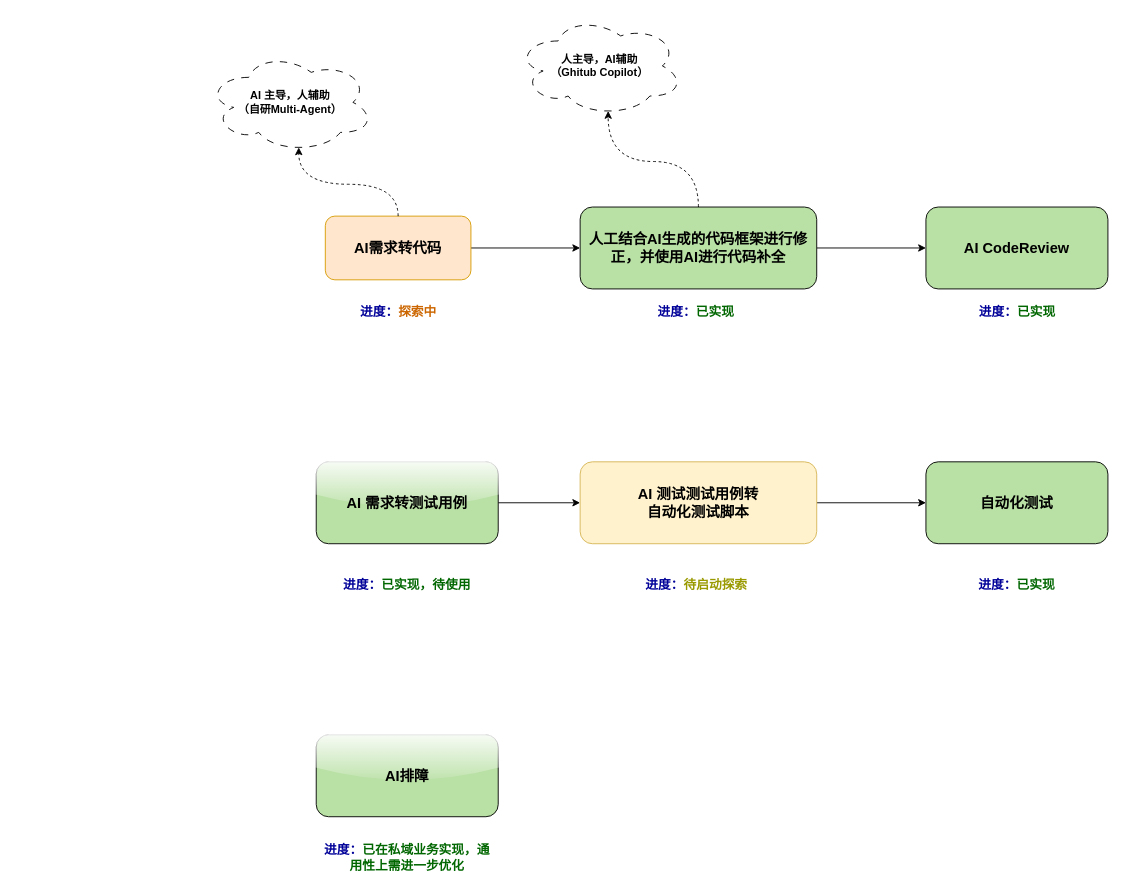
Above: 未来AIOps研发模式.drawio in skindhu/9GAG (draw.io), before the change. Source tidied: cells renumbered, new cells numbered last; positions are measured from the earlier drawing's top-left corner, leaving out a move shared by most shapes. Both pictures are drawn from the tidied source at 91%, with x=0, y=0 at pixel (207, 15).
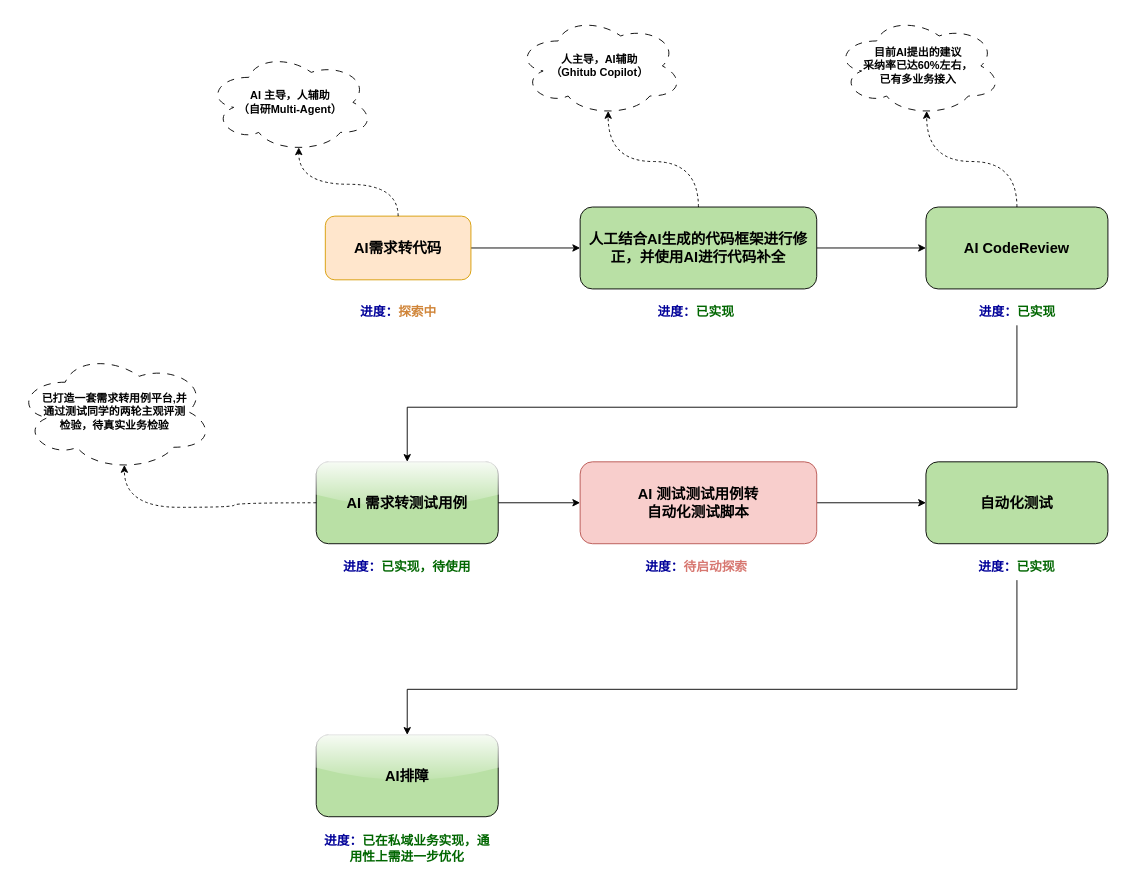
The same diagram, later.

Commit message (it also covers changes not shown here):
更新未来AIOps研发模式.drawio

Unchanged cells that the change refers to:
```xml
<mxCell id="12" value="AI CodeReview" style="rounded=1;whiteSpace=wrap;html=1;fillColor=#B9E0A5;fontSize=16;fontStyle=1;" parent="1" vertex="1">
  <mxGeometry x="790" y="210" width="200" height="90" as="geometry" />
</mxCell>
<mxCell id="13" value="&lt;span style=&quot;font-size: 14px;&quot;&gt;&lt;font style=&quot;font-size: 14px;&quot; color=&quot;#000099&quot;&gt;进度：&lt;/font&gt;&lt;font style=&quot;font-size: 14px;&quot; color=&quot;#006600&quot;&gt;已实现&lt;/font&gt;&lt;/span&gt;" style="text;html=1;align=center;verticalAlign=middle;whiteSpace=wrap;rounded=0;fontStyle=1;fontSize=14;" parent="1" vertex="1">
  <mxGeometry x="836.5" y="310" width="107" height="30" as="geometry" />
</mxCell>
<mxCell id="15" value="AI 需求转测试用例" style="rounded=1;whiteSpace=wrap;html=1;fillColor=#B9E0A5;fontSize=16;fontStyle=1;shadow=0;glass=1;" parent="1" vertex="1">
  <mxGeometry x="120" y="490" width="200" height="90" as="geometry" />
</mxCell>
<mxCell id="22" value="AI排障" style="rounded=1;whiteSpace=wrap;html=1;fillColor=#B9E0A5;fontSize=16;fontStyle=1;glass=1;" parent="1" vertex="1">
  <mxGeometry x="120" y="790" width="200" height="90" as="geometry" />
</mxCell>
```

Change to the diagram source:
```diff
@@
-    <mxCell id="10" value="&lt;b style=&quot;font-size: 14px;&quot;&gt;&lt;font style=&quot;font-size: 14px;&quot; color=&quot;#000099&quot;&gt;进度：&lt;/font&gt;&lt;font style=&quot;font-size: 14px;&quot; color=&quot;#cc6600&quot;&gt;探索中&lt;/font&gt;&lt;/b&gt;" style="text;html=1;align=center;verticalAlign=middle;whiteSpace=wrap;rounded=0;fontSize=14;" parent="1" vertex="1">
+    <mxCell id="10" value="&lt;b style=&quot;font-size: 14px;&quot;&gt;&lt;font style=&quot;font-size: 14px;&quot; color=&quot;#000099&quot;&gt;进度：&lt;/font&gt;&lt;font color=&quot;#d08539&quot; style=&quot;font-size: 14px;&quot;&gt;探索中&lt;/font&gt;&lt;/b&gt;" style="text;html=1;align=center;verticalAlign=middle;whiteSpace=wrap;rounded=0;fontSize=14;" parent="1" vertex="1">
       <mxGeometry x="156.5" y="310" width="107" height="30" as="geometry" />
     </mxCell>
@@
+    <mxCell id="24" style="edgeStyle=orthogonalEdgeStyle;rounded=0;jettySize=auto;html=1;entryX=0.5;entryY=0;entryDx=0;entryDy=0;" parent="1" edge="1" source="13" target="15">
+      <mxGeometry relative="1" as="geometry">
+        <Array as="points">
+          <mxPoint x="890" y="430" />
+          <mxPoint x="220" y="430" />
+        </Array>
+      </mxGeometry>
+    </mxCell>
@@
     <mxCell id="16" value="&lt;span style=&quot;font-size: 14px;&quot;&gt;&lt;font style=&quot;font-size: 14px;&quot; color=&quot;#000099&quot;&gt;进度：&lt;/font&gt;&lt;font style=&quot;font-size: 14px;&quot; color=&quot;#006600&quot;&gt;已实现，待使用&lt;/font&gt;&lt;/span&gt;" style="text;html=1;align=center;verticalAlign=middle;whiteSpace=wrap;rounded=0;fontStyle=1;fontSize=14;" parent="1" vertex="1">
-      <mxGeometry x="148.2" y="610" width="143.5" height="30" as="geometry" />
+      <mxGeometry x="148.2" y="590" width="143.5" height="30" as="geometry" />
     </mxCell>
@@
-    <mxCell id="18" value="AI 测试测试用例转&lt;br&gt;自动化测试脚本" style="rounded=1;whiteSpace=wrap;html=1;fillColor=#fff2cc;fontSize=16;fontStyle=1;strokeColor=#d6b656;" parent="1" vertex="1">
+    <mxCell id="18" value="AI 测试测试用例转&lt;br&gt;自动化测试脚本" style="rounded=1;whiteSpace=wrap;html=1;fillColor=#f8cecc;fontSize=16;fontStyle=1;strokeColor=#b85450;" parent="1" vertex="1">
       <mxGeometry x="410" y="490" width="260" height="90" as="geometry" />
     </mxCell>
-    <mxCell id="19" value="&lt;font style=&quot;font-size: 14px;&quot; color=&quot;#000099&quot;&gt;进度：&lt;/font&gt;&lt;font style=&quot;font-size: 14px;&quot; color=&quot;#999900&quot;&gt;待启动探索&lt;/font&gt;" style="text;html=1;align=center;verticalAlign=middle;whiteSpace=wrap;rounded=0;fontStyle=1;fontSize=14;" parent="1" vertex="1">
-      <mxGeometry x="475.8" y="610" width="123.5" height="30" as="geometry" />
+    <mxCell id="19" value="&lt;font style=&quot;font-size: 14px;&quot; color=&quot;#000099&quot;&gt;进度：&lt;/font&gt;&lt;font color=&quot;#d77770&quot; style=&quot;font-size: 14px;&quot;&gt;待启动探索&lt;/font&gt;" style="text;html=1;align=center;verticalAlign=middle;whiteSpace=wrap;rounded=0;fontStyle=1;fontSize=14;" parent="1" vertex="1">
+      <mxGeometry x="475.8" y="590" width="123.5" height="30" as="geometry" />
     </mxCell>
@@
+    <mxCell id="25" style="edgeStyle=orthogonalEdgeStyle;rounded=0;jettySize=auto;html=1;entryX=0.5;entryY=0;entryDx=0;entryDy=0;" parent="1" edge="1" source="21" target="22">
+      <mxGeometry relative="1" as="geometry">
+        <Array as="points">
+          <mxPoint x="890" y="740" />
+          <mxPoint x="220" y="740" />
+        </Array>
+      </mxGeometry>
+    </mxCell>
     <mxCell id="21" value="&lt;span style=&quot;font-size: 14px;&quot;&gt;&lt;font style=&quot;font-size: 14px;&quot; color=&quot;#000099&quot;&gt;进度：&lt;/font&gt;&lt;font style=&quot;font-size: 14px;&quot; color=&quot;#006600&quot;&gt;已实现&lt;/font&gt;&lt;/span&gt;" style="text;html=1;align=center;verticalAlign=middle;whiteSpace=wrap;rounded=0;fontStyle=1;fontSize=14;" parent="1" vertex="1">
-      <mxGeometry x="818.2" y="610" width="143.5" height="30" as="geometry" />
+      <mxGeometry x="818.2" y="590" width="143.5" height="30" as="geometry" />
     </mxCell>
@@
     <mxCell id="23" value="&lt;span style=&quot;font-size: 14px;&quot;&gt;&lt;font style=&quot;font-size: 14px;&quot; color=&quot;#000099&quot;&gt;进度：&lt;/font&gt;&lt;font style=&quot;font-size: 14px;&quot; color=&quot;#006600&quot;&gt;已在私域业务实现，通用性上需进一步优化&lt;/font&gt;&lt;/span&gt;" style="text;html=1;align=center;verticalAlign=middle;whiteSpace=wrap;rounded=0;fontStyle=1;fontSize=14;" parent="1" vertex="1">
-      <mxGeometry x="123.2" y="910" width="193.5" height="30" as="geometry" />
+      <mxGeometry x="123.2" y="900" width="193.5" height="30" as="geometry" />
     </mxCell>
+    <mxCell id="26" value="&lt;b&gt;目前AI提出的建议&lt;br&gt;采纳率已达60%左右，&lt;br&gt;已有多业务接入&lt;/b&gt;" style="ellipse;shape=cloud;whiteSpace=wrap;html=1;align=center;dashed=1;dashPattern=8 8;" parent="1" vertex="1">
+      <mxGeometry x="690" width="183.3" height="110" as="geometry" />
+    </mxCell>
+    <mxCell id="27" style="edgeStyle=orthogonalEdgeStyle;rounded=0;jettySize=auto;html=1;entryX=0.55;entryY=0.95;entryDx=0;entryDy=0;entryPerimeter=0;curved=1;dashed=1;" parent="1" edge="1" source="12" target="26">
+      <mxGeometry relative="1" as="geometry" />
+    </mxCell>
+    <mxCell id="28" value="&lt;b&gt;已打造一套需求转用例平台,并&lt;br&gt;通过测试同学的两轮主观评测&lt;br&gt;检验，待真实业务检验&lt;br&gt;&lt;/b&gt;" style="ellipse;shape=cloud;whiteSpace=wrap;html=1;align=center;dashed=1;dashPattern=8 8;" parent="1" vertex="1">
+      <mxGeometry x="-210" y="370" width="216.7" height="130" as="geometry" />
+    </mxCell>
+    <mxCell id="29" style="edgeStyle=orthogonalEdgeStyle;rounded=0;jettySize=auto;html=1;entryX=0.55;entryY=0.95;entryDx=0;entryDy=0;entryPerimeter=0;curved=1;dashed=1;" parent="1" edge="1" source="15" target="28">
+      <mxGeometry relative="1" as="geometry">
+        <Array as="points">
+          <mxPoint x="30" y="535" />
+          <mxPoint x="30" y="540" />
+          <mxPoint x="-91" y="540" />
+        </Array>
+      </mxGeometry>
+    </mxCell>
```
